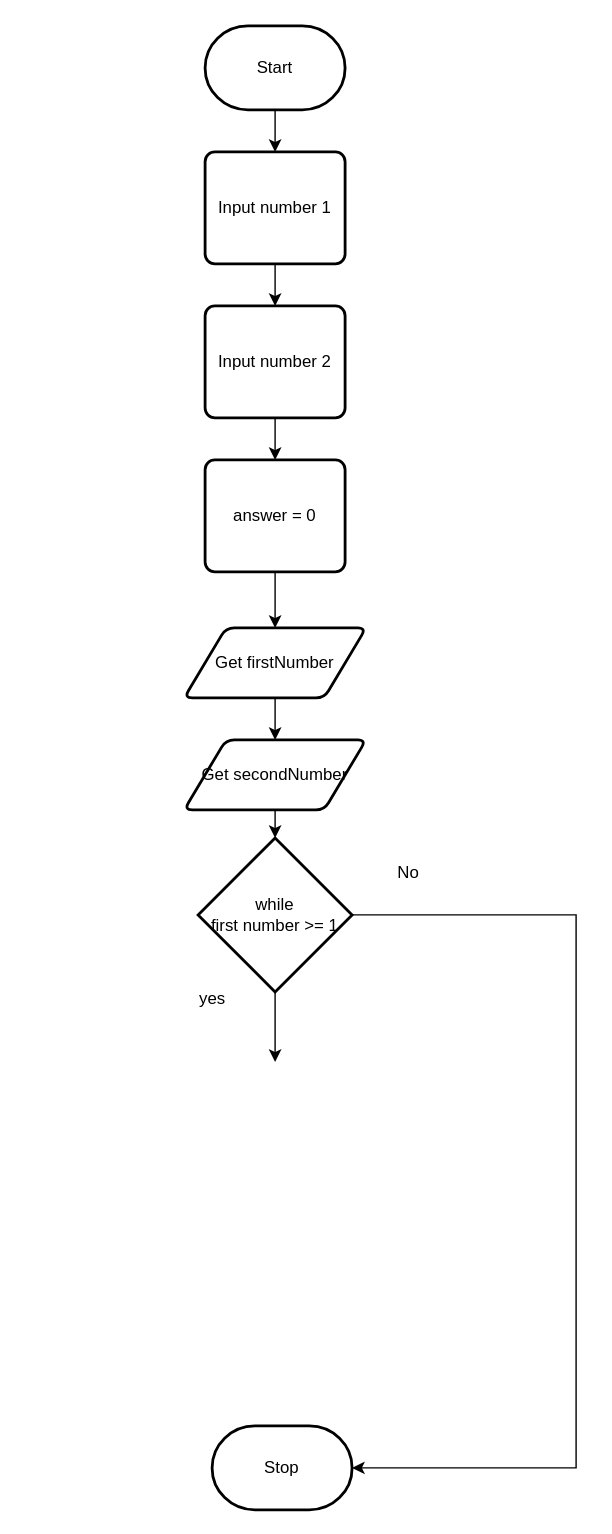
This is design/flowchart.drawio from MTHS-ICD2O-1-2024/ICD2O-Unit-5-06-Domenic-dangelo, a draw.io file, before an edit. Source tidied: cells renumbered, new cells numbered last; positions are measured from the earlier drawing's top-left corner, leaving out a move shared by most shapes. Both pictures are drawn from the tidied source at 140%, with x=0, y=0 at pixel (183, 25).
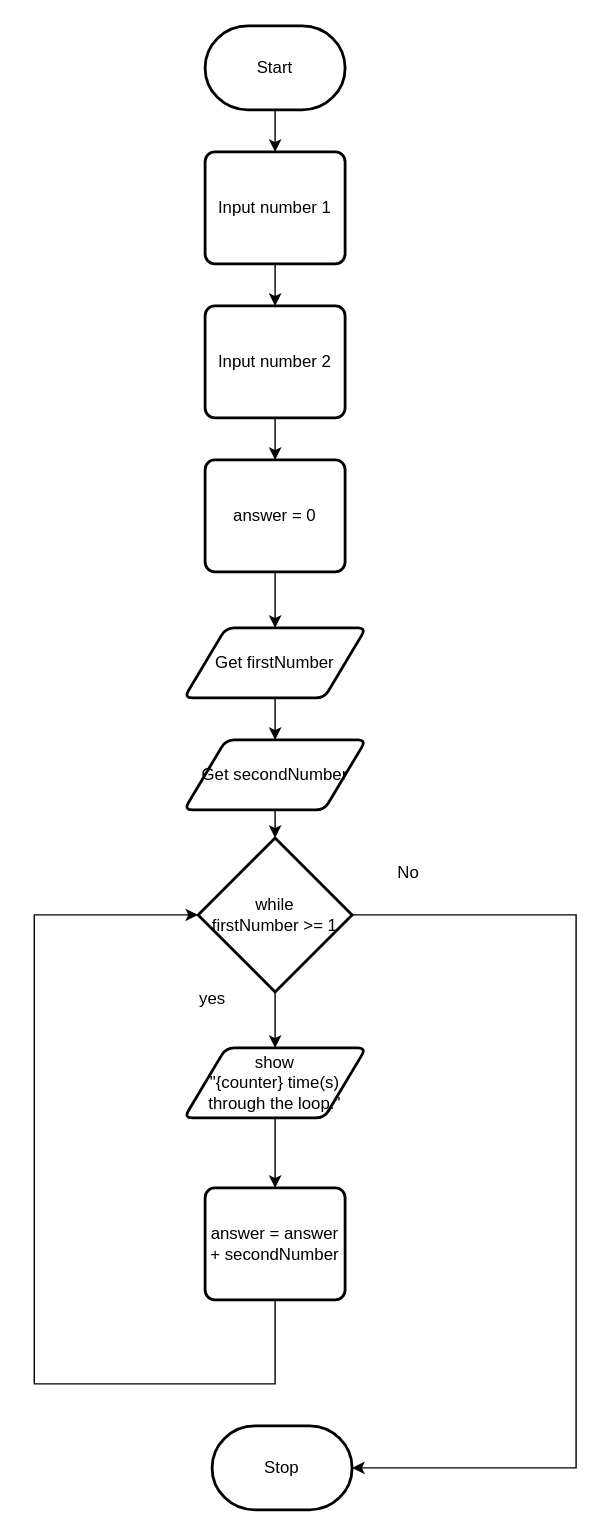
Above is the later version.

What changed in the source:
```diff
@@
-    <mxCell id="6" style="edgeStyle=orthogonalEdgeStyle;shape=connector;curved=0;rounded=0;html=1;exitX=0.5;exitY=1;exitDx=0;exitDy=0;exitPerimeter=0;strokeColor=default;align=center;verticalAlign=middle;fontFamily=Helvetica;fontSize=11;fontColor=default;labelBackgroundColor=default;endArrow=classic;" parent="1" edge="1" source="7">
-      <mxGeometry relative="1" as="geometry">
-        <mxPoint x="65" y="740" as="targetPoint" />
-      </mxGeometry>
+    <mxCell id="6" style="edgeStyle=orthogonalEdgeStyle;shape=connector;curved=0;rounded=0;html=1;exitX=0.5;exitY=1;exitDx=0;exitDy=0;exitPerimeter=0;strokeColor=default;align=center;verticalAlign=middle;fontFamily=Helvetica;fontSize=11;fontColor=default;labelBackgroundColor=default;endArrow=classic;entryX=0.5;entryY=0;entryDx=0;entryDy=0;" parent="1" edge="1" source="7" target="21">
+      <mxGeometry relative="1" as="geometry" />
     </mxCell>
-    <mxCell id="7" value="while&lt;div&gt;first number &amp;gt;= 1&lt;/div&gt;" style="strokeWidth=2;html=1;shape=mxgraph.flowchart.decision;whiteSpace=wrap;" parent="1" vertex="1">
+    <mxCell id="7" value="while&lt;div&gt;firstNumber &amp;gt;= 1&lt;/div&gt;" style="strokeWidth=2;html=1;shape=mxgraph.flowchart.decision;whiteSpace=wrap;" parent="1" vertex="1">
       <mxGeometry x="10" y="580" width="110" height="110" as="geometry" />
     </mxCell>
@@
+    <mxCell id="20" style="edgeStyle=none;html=1;exitX=0.5;exitY=1;exitDx=0;exitDy=0;entryX=0.5;entryY=0;entryDx=0;entryDy=0;" parent="1" edge="1" source="21" target="23">
+      <mxGeometry relative="1" as="geometry" />
+    </mxCell>
+    <mxCell id="21" value="show&lt;div&gt;&quot;{counter} time(s) through the loop.&quot;&lt;/div&gt;" style="shape=parallelogram;html=1;strokeWidth=2;perimeter=parallelogramPerimeter;whiteSpace=wrap;rounded=1;arcSize=12;size=0.23;" parent="1" vertex="1">
+      <mxGeometry y="730" width="130" height="50" as="geometry" />
+    </mxCell>
+    <mxCell id="22" style="edgeStyle=orthogonalEdgeStyle;html=1;exitX=0.5;exitY=1;exitDx=0;exitDy=0;rounded=0;curved=0;entryX=0;entryY=0.5;entryDx=0;entryDy=0;entryPerimeter=0;" parent="1" edge="1" source="23" target="7">
+      <mxGeometry relative="1" as="geometry">
+        <Array as="points">
+          <mxPoint x="65" y="970" />
+          <mxPoint x="-107" y="970" />
+          <mxPoint x="-107" y="635" />
+        </Array>
+      </mxGeometry>
+    </mxCell>
+    <mxCell id="23" value="answer = answer + secondNumber" style="rounded=1;whiteSpace=wrap;html=1;absoluteArcSize=1;arcSize=14;strokeWidth=2;" parent="1" vertex="1">
+      <mxGeometry x="15" y="830" width="100" height="80" as="geometry" />
+    </mxCell>
```
